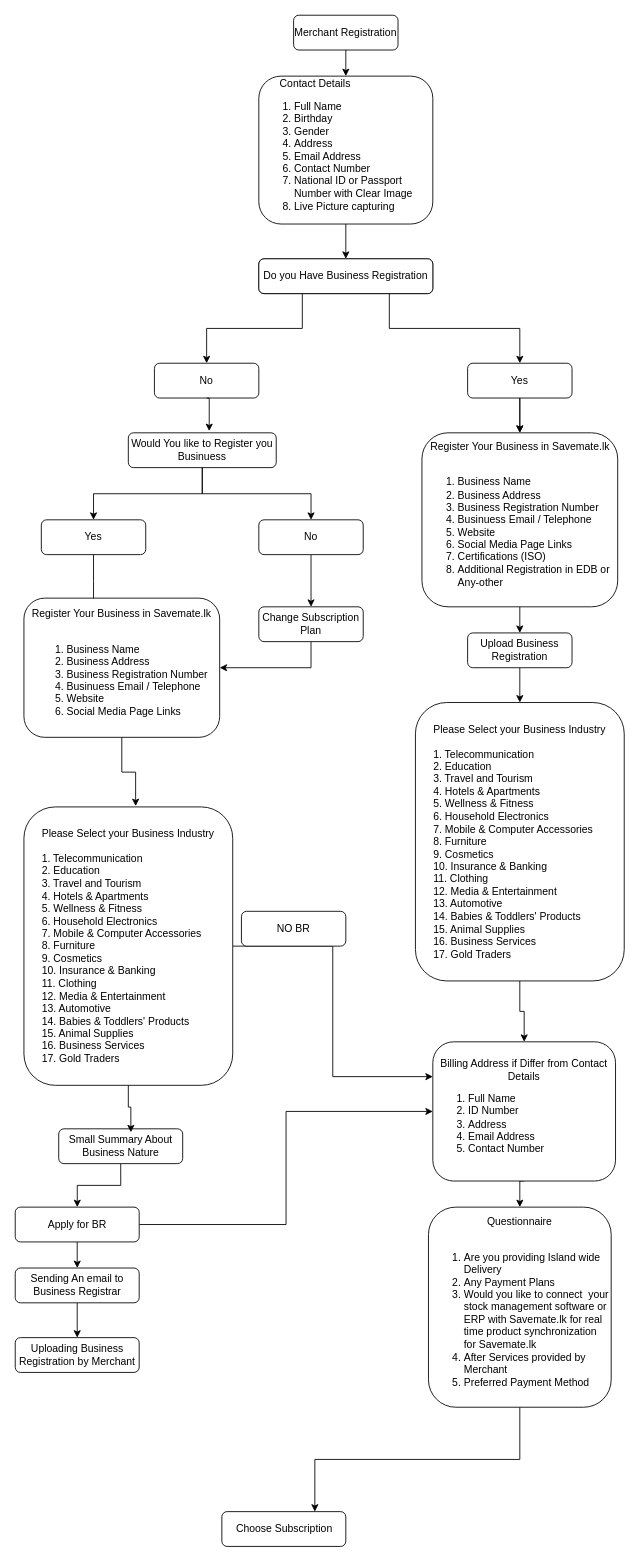
Above: Untitled Diagram.drawio in sachini9427/MKR (draw.io), before the change. Source tidied: cells renumbered, new cells numbered last; positions are measured from the earlier drawing's top-left corner, leaving out a move shared by most shapes. Both pictures are drawn from the tidied source at 87%, with x=0, y=0 at pixel (15, 15).
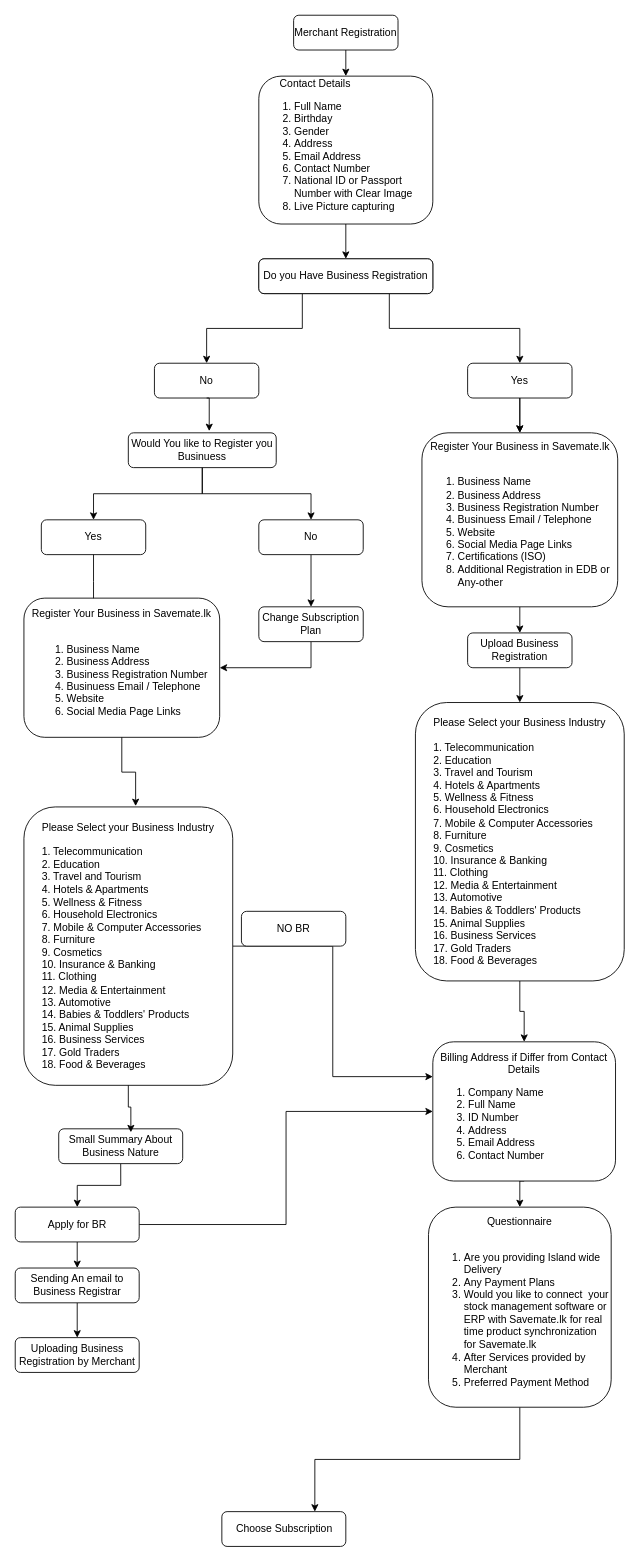
The same diagram, later.

Diff of the diagram source:
```diff
@@
-    <mxCell id="17" value="&lt;div&gt;Please Select your&amp;nbsp;Business Industry&lt;/div&gt;&lt;div&gt;&lt;br&gt;&lt;/div&gt;&lt;div align=&quot;left&quot;&gt;1. Telecommunication&lt;br&gt;2. Education&lt;br&gt;3. Travel and Tourism&lt;br&gt;4. Hotels &amp;amp; Apartments&lt;br&gt;5. Wellness &amp;amp; Fitness&lt;br&gt;6. Household Electronics&lt;br&gt;7. Mobile &amp;amp; Computer Accessories&lt;br&gt;8. Furniture&lt;br&gt;9. Cosmetics&lt;br&gt;10. Insurance &amp;amp; Banking&lt;br&gt;11. Clothing&lt;br&gt;12. Media &amp;amp; Entertainment&lt;br&gt;13. Automotive&lt;br&gt;14. Babies &amp;amp; Toddlers' Products&lt;br&gt;15. Animal Supplies&lt;br&gt;16. Business Services&lt;br&gt;17. Gold Traders&lt;/div&gt;" style="rounded=1;whiteSpace=wrap;html=1;fontSize=12;glass=0;strokeWidth=1;shadow=0;" parent="1" vertex="1">
+    <mxCell id="17" value="&lt;div&gt;Please Select your&amp;nbsp;Business Industry&lt;/div&gt;&lt;div&gt;&lt;br&gt;&lt;/div&gt;&lt;div align=&quot;left&quot;&gt;1. Telecommunication&lt;br&gt;2. Education&lt;br&gt;3. Travel and Tourism&lt;br&gt;4. Hotels &amp;amp; Apartments&lt;br&gt;5. Wellness &amp;amp; Fitness&lt;br&gt;6. Household Electronics&lt;br&gt;7. Mobile &amp;amp; Computer Accessories&lt;br&gt;8. Furniture&lt;br&gt;9. Cosmetics&lt;br&gt;10. Insurance &amp;amp; Banking&lt;br&gt;11. Clothing&lt;br&gt;12. Media &amp;amp; Entertainment&lt;br&gt;13. Automotive&lt;br&gt;14. Babies &amp;amp; Toddlers' Products&lt;br&gt;15. Animal Supplies&lt;br&gt;16. Business Services&lt;br&gt;17. Gold Traders&lt;/div&gt;&lt;div align=&quot;left&quot;&gt;18. Food &amp;amp; Beverages&lt;br&gt;&lt;/div&gt;" style="rounded=1;whiteSpace=wrap;html=1;fontSize=12;glass=0;strokeWidth=1;shadow=0;" parent="1" vertex="1">
       <mxGeometry x="460" y="790" width="240" height="320" as="geometry" />
     </mxCell>
@@
-    <mxCell id="21" value="&lt;div&gt;Billing Address if Differ from Contact Details&lt;br&gt;&lt;/div&gt;&lt;div align=&quot;left&quot;&gt;&lt;ol&gt;&lt;li&gt;Full Name&lt;/li&gt;&lt;li&gt;ID Number&lt;br&gt;&lt;/li&gt;&lt;li&gt;Address&lt;br&gt;&lt;/li&gt;&lt;li&gt;Email Address&lt;/li&gt;&lt;li&gt;Contact Number&lt;/li&gt;&lt;/ol&gt;&lt;/div&gt;" style="rounded=1;whiteSpace=wrap;html=1;fontSize=12;glass=0;strokeWidth=1;shadow=0;" parent="1" vertex="1">
+    <mxCell id="21" value="&lt;div&gt;Billing Address if Differ from Contact Details&lt;br&gt;&lt;/div&gt;&lt;div align=&quot;left&quot;&gt;&lt;ol&gt;&lt;li&gt;Company Name&lt;br&gt;&lt;/li&gt;&lt;li&gt;Full Name&lt;/li&gt;&lt;li&gt;ID Number&lt;br&gt;&lt;/li&gt;&lt;li&gt;Address&lt;br&gt;&lt;/li&gt;&lt;li&gt;Email Address&lt;/li&gt;&lt;li&gt;Contact Number&lt;/li&gt;&lt;/ol&gt;&lt;/div&gt;" style="rounded=1;whiteSpace=wrap;html=1;fontSize=12;glass=0;strokeWidth=1;shadow=0;" parent="1" vertex="1">
       <mxGeometry x="480" y="1180" width="210" height="160" as="geometry" />
     </mxCell>
@@
-    <mxCell id="34" value="&lt;div&gt;Please Select your&amp;nbsp;Business Industry&lt;/div&gt;&lt;div&gt;&lt;br&gt;&lt;/div&gt;&lt;div align=&quot;left&quot;&gt;1. Telecommunication&lt;br&gt;2. Education&lt;br&gt;3. Travel and Tourism&lt;br&gt;4. Hotels &amp;amp; Apartments&lt;br&gt;5. Wellness &amp;amp; Fitness&lt;br&gt;6. Household Electronics&lt;br&gt;7. Mobile &amp;amp; Computer Accessories&lt;br&gt;8. Furniture&lt;br&gt;9. Cosmetics&lt;br&gt;10. Insurance &amp;amp; Banking&lt;br&gt;11. Clothing&lt;br&gt;12. Media &amp;amp; Entertainment&lt;br&gt;13. Automotive&lt;br&gt;14. Babies &amp;amp; Toddlers' Products&lt;br&gt;15. Animal Supplies&lt;br&gt;16. Business Services&lt;br&gt;17. Gold Traders&lt;/div&gt;" style="rounded=1;whiteSpace=wrap;html=1;fontSize=12;glass=0;strokeWidth=1;shadow=0;" parent="1" vertex="1">
+    <mxCell id="34" value="&lt;div&gt;Please Select your&amp;nbsp;Business Industry&lt;/div&gt;&lt;div&gt;&lt;br&gt;&lt;/div&gt;&lt;div align=&quot;left&quot;&gt;1. Telecommunication&lt;br&gt;2. Education&lt;br&gt;3. Travel and Tourism&lt;br&gt;4. Hotels &amp;amp; Apartments&lt;br&gt;5. Wellness &amp;amp; Fitness&lt;br&gt;6. Household Electronics&lt;br&gt;7. Mobile &amp;amp; Computer Accessories&lt;br&gt;8. Furniture&lt;br&gt;9. Cosmetics&lt;br&gt;10. Insurance &amp;amp; Banking&lt;br&gt;11. Clothing&lt;br&gt;12. Media &amp;amp; Entertainment&lt;br&gt;13. Automotive&lt;br&gt;14. Babies &amp;amp; Toddlers' Products&lt;br&gt;15. Animal Supplies&lt;br&gt;16. Business Services&lt;br&gt;17. Gold Traders&lt;/div&gt;&lt;div align=&quot;left&quot;&gt;18. Food &amp;amp; Beverages&lt;/div&gt;" style="rounded=1;whiteSpace=wrap;html=1;fontSize=12;glass=0;strokeWidth=1;shadow=0;" parent="1" vertex="1">
       <mxGeometry x="10" y="910" width="240" height="320" as="geometry" />
     </mxCell>
```
